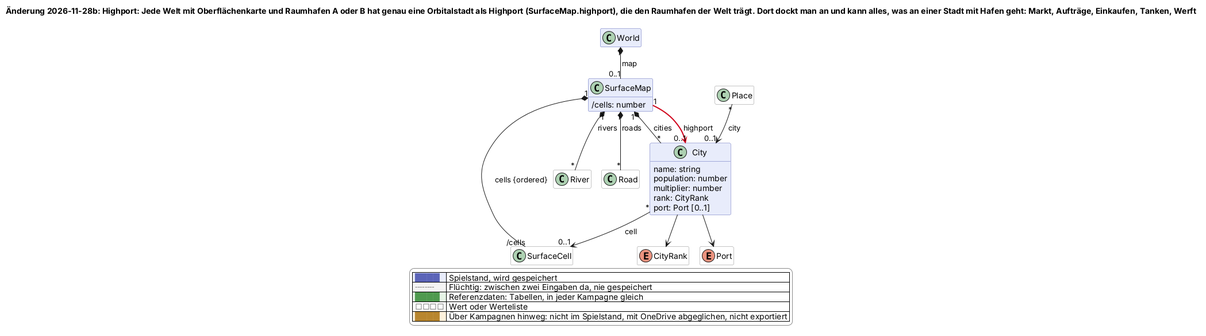
scuzzar/SRE keeps this PlantUML diagram as docs/changes/2026-11-28b-highport.png. Above is the earlier version. The source it was exported from:
```plantuml
@startuml
!$change = "2026-11-28b"
!if %not(%variable_exists("$change"))
!$change = "*"
!endif
!function $marked($c)
!return $change == "*" || $change == $c
!endfunction
!function $new($c, $t)
!if $marked($c)
!return "<color:#d0021b><b>" + $t + "</b></color>"
!endif
!return $t
!endfunction
!procedure $gone($c, $t)
!if $marked($c)
<color:#d0021b><s>$t</s></color>
!endif
!endprocedure
!function $newClass($c)
!if $marked($c)
!return "#line:d0021b;line.bold"
!endif
!return ""
!endfunction
!function $newArrow($c)
!if $marked($c)
!return "[#d0021b,bold]"
!endif
!return ""
!endfunction
!function $goneArrow($c)
!if $marked($c)
!return "[#d0021b,dashed]"
!endif
!return ""
!endfunction
!pragma layout smetana
title Änderung 2026-11-28b: Highport: Jede Welt mit Oberflächenkarte und Raumhafen A oder B hat genau eine Orbitalstadt als Highport (SurfaceMap.highport), die den Raumhafen der Welt trägt. Dort dockt man an und kann alles, was an einer Stadt mit Hafen geht: Markt, Aufträge, Einkaufen, Tanken, Werft
hide empty members
hide methods
skinparam classAttributeIconSize 0
skinparam shadowing false
skinparam packageStyle rectangle
skinparam class {
  BackgroundColor #e8ecfb
  BorderColor #5b64b8
  BackgroundColor<<transient>> #f4f4f4
  BorderColor<<transient>> #8a8a8a
  BackgroundColor<<reference>> #e6f4e6
  BorderColor<<reference>> #4f9a4f
  BackgroundColor<<value>> #ffffff
  BorderColor<<value>> #8a8a8a
  BackgroundColor<<browser>> #fdf1dc
  BorderColor<<browser>> #b8862e
}
skinparam legendBackgroundColor #ffffff
skinparam legendBorderColor #8a8a8a
<style>
classDiagram {
  class {
    .transient {
      LineStyle 5-3
    }
  }
}
</style>
hide <<transient>> stereotype
hide <<reference>> stereotype
hide <<value>> stereotype
hide <<browser>> stereotype






  class World $sektor





  class SurfaceMap $oberflaeche {
    /cells: number
  }
  class SurfaceCell <<value>> $oberflaeche
  class River <<value>> $oberflaeche
  class Road <<value>> $oberflaeche
  class City $oberflaeche {
    name: string
    population: number
    multiplier: number
    rank: CityRank
    port: Port [0..1]
  }
  enum CityRank <<value>> $oberflaeche
  enum Port <<value>> $oberflaeche
  class Place <<value>> $oberflaeche








World "1" *-- "0..1" SurfaceMap : map
SurfaceMap "1" *-- "/cells" SurfaceCell : cells {ordered}
SurfaceMap "1" *-- "*" River : rivers
SurfaceMap "1" *-- "*" Road : roads
SurfaceMap "1" *-- "*" City : cities
SurfaceMap "1" -$newArrow("2026-11-28b")-> "0..1" City : highport
City "*" --> "0..1" SurfaceCell : cell
Place "*" --> "0..1" City : city
City --> CityRank
City --> Port









legend right
  |<#e8ecfb> <color:#5b64b8>████</color> | Spielstand, wird gespeichert |
  |<#f4f4f4> <color:#8a8a8a>╌╌╌╌</color> | Flüchtig: zwischen zwei Eingaben da, nie gespeichert |
  |<#e6f4e6> <color:#4f9a4f>████</color> | Referenzdaten: Tabellen, in jeder Kampagne gleich |
  |<#ffffff> <color:#8a8a8a>□□□□</color> | Wert oder Werteliste |
  |<#fdf1dc> <color:#b8862e>████</color> | Über Kampagnen hinweg: nicht im Spielstand, mit OneDrive abgeglichen, nicht exportiert |
endlegend
@enduml
```
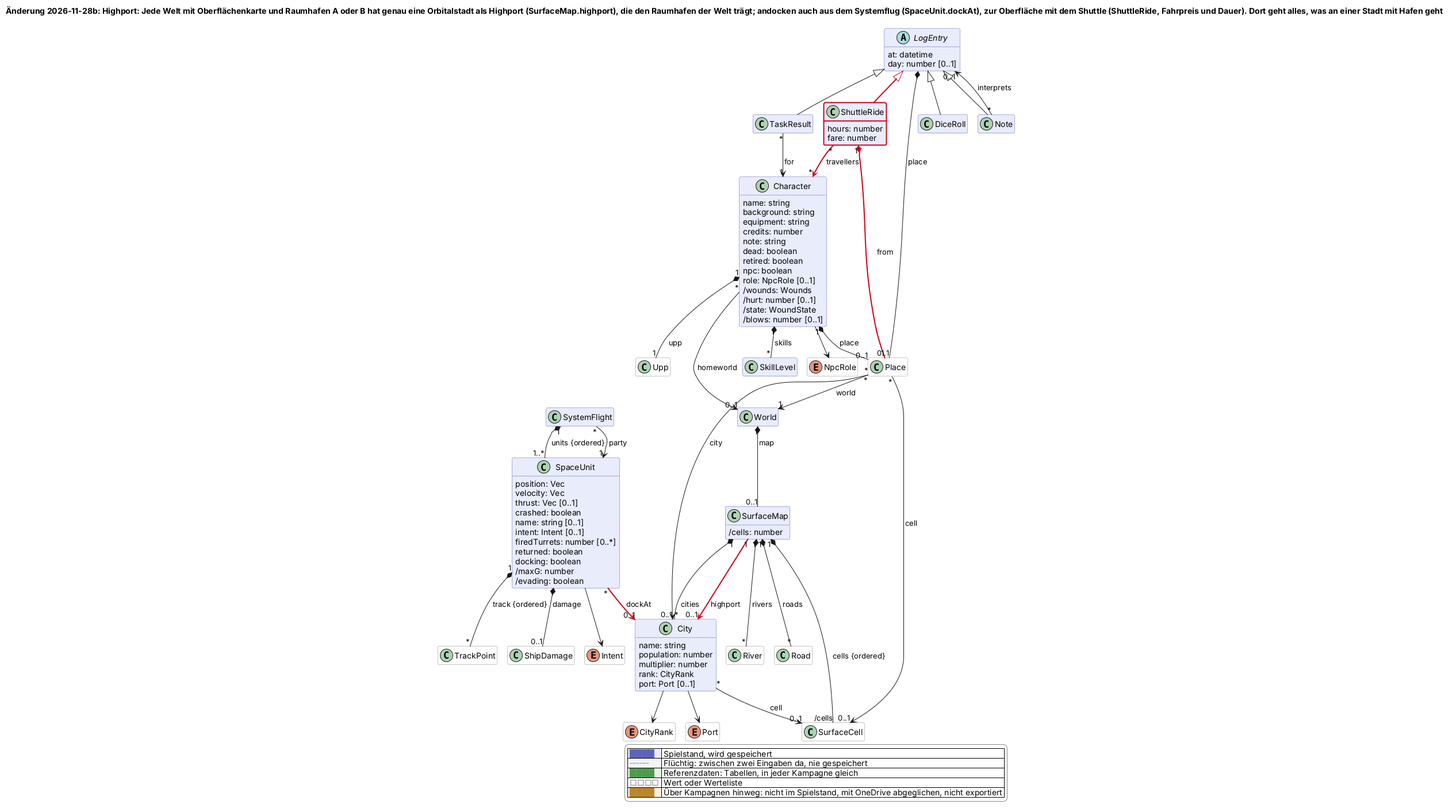
Later version of the same file.

Diff of the diagram source:
```diff
@@ -36,7 +36,7 @@
 !return ""
 !endfunction
 !pragma layout smetana
-title Änderung 2026-11-28b: Highport: Jede Welt mit Oberflächenkarte und Raumhafen A oder B hat genau eine Orbitalstadt als Highport (SurfaceMap.highport), die den Raumhafen der Welt trägt. Dort dockt man an und kann alles, was an einer Stadt mit Hafen geht: Markt, Aufträge, Einkaufen, Tanken, Werft
+title Änderung 2026-11-28b: Highport: Jede Welt mit Oberflächenkarte und Raumhafen A oder B hat genau eine Orbitalstadt als Highport (SurfaceMap.highport), die den Raumhafen der Welt trägt; andocken auch aus dem Systemflug (SpaceUnit.dockAt), zur Oberfläche mit dem Shuttle (ShuttleRide, Fahrpreis und Dauer). Dort geht alles, was an einer Stadt mit Hafen geht
 hide empty members
 hide methods
 skinparam classAttributeIconSize 0
@@ -70,16 +70,62 @@
 hide <<value>> stereotype
 hide <<browser>> stereotype
 
+  class Character $charakter {
+    name: string
+    background: string
+    equipment: string
+    credits: number
+    note: string
+    dead: boolean
+    retired: boolean
+    npc: boolean
+    role: NpcRole [0..1]
+    /wounds: Wounds
+    /hurt: number [0..1]
+    /state: WoundState
+    /blows: number [0..1]
+  }
+  enum NpcRole <<value>> $charakter
+  class Upp <<value>> $charakter
+  class SkillLevel $charakter
 
 
 
+  class SystemFlight $raum
+  class ShipDamage <<value>> $raum
+  enum Intent <<value>> $raum
+  class SpaceUnit $raum {
+    position: Vec
+    velocity: Vec
+    thrust: Vec [0..1]
+    crashed: boolean
+    name: string [0..1]
+    intent: Intent [0..1]
+    firedTurrets: number [0..*]
+    returned: boolean
+    docking: boolean
+    /maxG: number
+    /evading: boolean
+  }
+  class TrackPoint <<value>> $raum
 
 
   class World $sektor
 
 
+  abstract class LogEntry $probe {
+    at: datetime
+    day: number [0..1]
+  }
+  class DiceRoll $probe
+  class Note $probe
 
+  class ShuttleRide $reise $newClass("2026-11-28b") {
+    hours: number
+    fare: number
+  }
 
+  class TaskResult $probe
 
   class SurfaceMap $oberflaeche {
     /cells: number
@@ -96,13 +142,26 @@
   }
   enum CityRank <<value>> $oberflaeche
   enum Port <<value>> $oberflaeche
-  class Place <<value>> $oberflaeche
+  class Place <<value>> $oberflaeche {
+  }
 
 
 
 
+SystemFlight "1" *-- "1..*" SpaceUnit : units {ordered}
+SpaceUnit "*" -$newArrow("2026-11-28b")-> "0..1" City : dockAt
+SpaceUnit "1" *-- "0..1" ShipDamage : damage
+SpaceUnit --> Intent
+SystemFlight "*" --> "1" SpaceUnit : party
+SpaceUnit "1" *-- "*" TrackPoint : track {ordered}
 
+LogEntry <|-$newArrow("2026-11-28b")- ShuttleRide
+ShuttleRide "1" *-$newArrow("2026-11-28b")- "1" Place : from
+ShuttleRide "*" -$newArrow("2026-11-28b")-> "*" Character : travellers
 
+Character "*" --> "0..1" World : homeworld
+Character "1" *-- "0..1" Place : place
+Character --> NpcRole
 
 
 World "1" *-- "0..1" SurfaceMap : map
@@ -112,12 +171,22 @@
 SurfaceMap "1" *-- "*" City : cities
 SurfaceMap "1" -$newArrow("2026-11-28b")-> "0..1" City : highport
 City "*" --> "0..1" SurfaceCell : cell
+LogEntry "1" *-- "0..1" Place : place
+Place "*" --> "1" World : world
+Place "*" --> "0..1" SurfaceCell : cell
 Place "*" --> "0..1" City : city
 City --> CityRank
 City --> Port
 
+Character "1" *-- "1" Upp : upp
+Character "1" *-- "*" SkillLevel : skills
 
 
+LogEntry <|-- DiceRoll
+LogEntry <|-- TaskResult
+LogEntry <|-- Note
+Note "*" --> "0..1" LogEntry : interprets
+TaskResult "*" --> "1" Character : for
 
 
 
```
